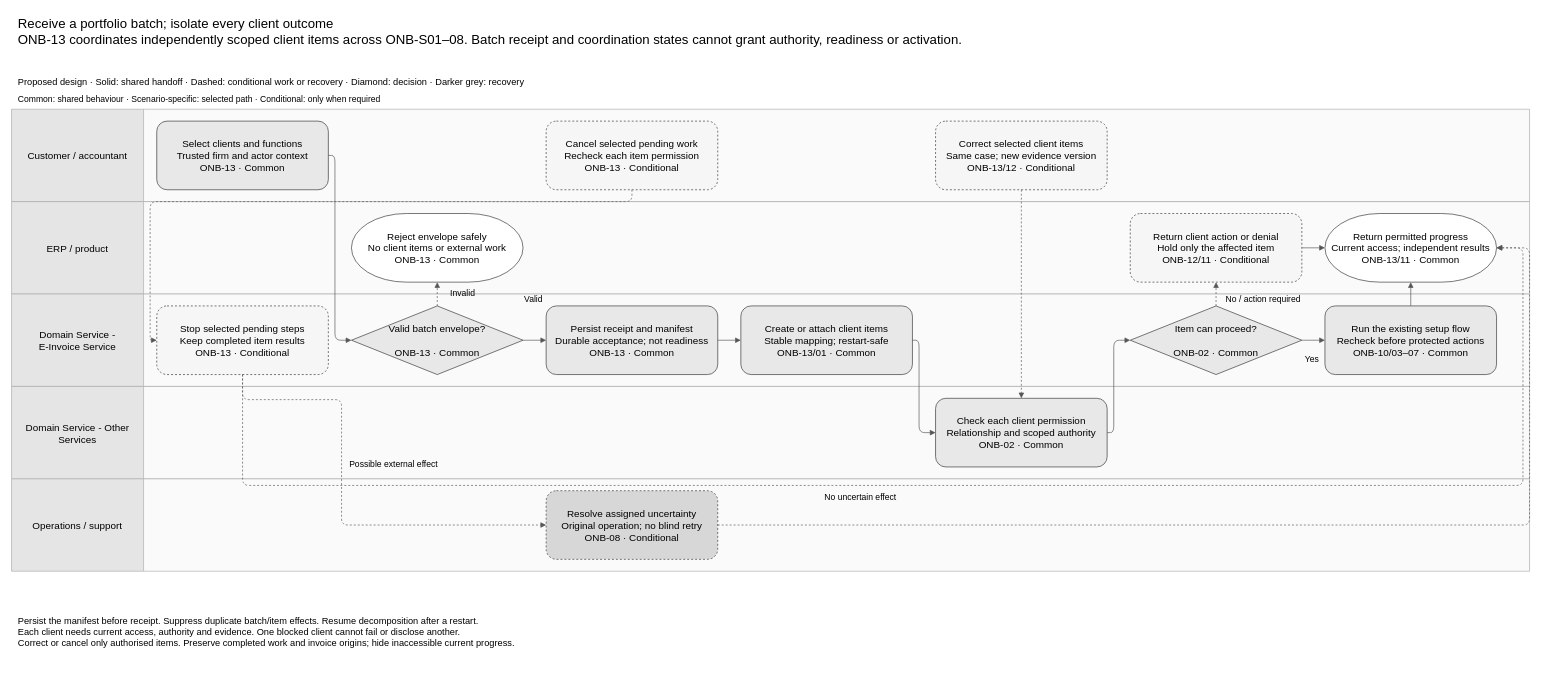
Before: assets/diagrams/onboarding-portfolio-batch-process.drawio in jiaxinhe0709/pm_second_brain, a draw.io diagram. Source tidied: cells renumbered, new cells numbered last; positions are measured from the earlier drawing's top-left corner, leaving out a move shared by most shapes. Both pictures are drawn from the tidied source at 66%, with x=0, y=0 at pixel (11, 11).
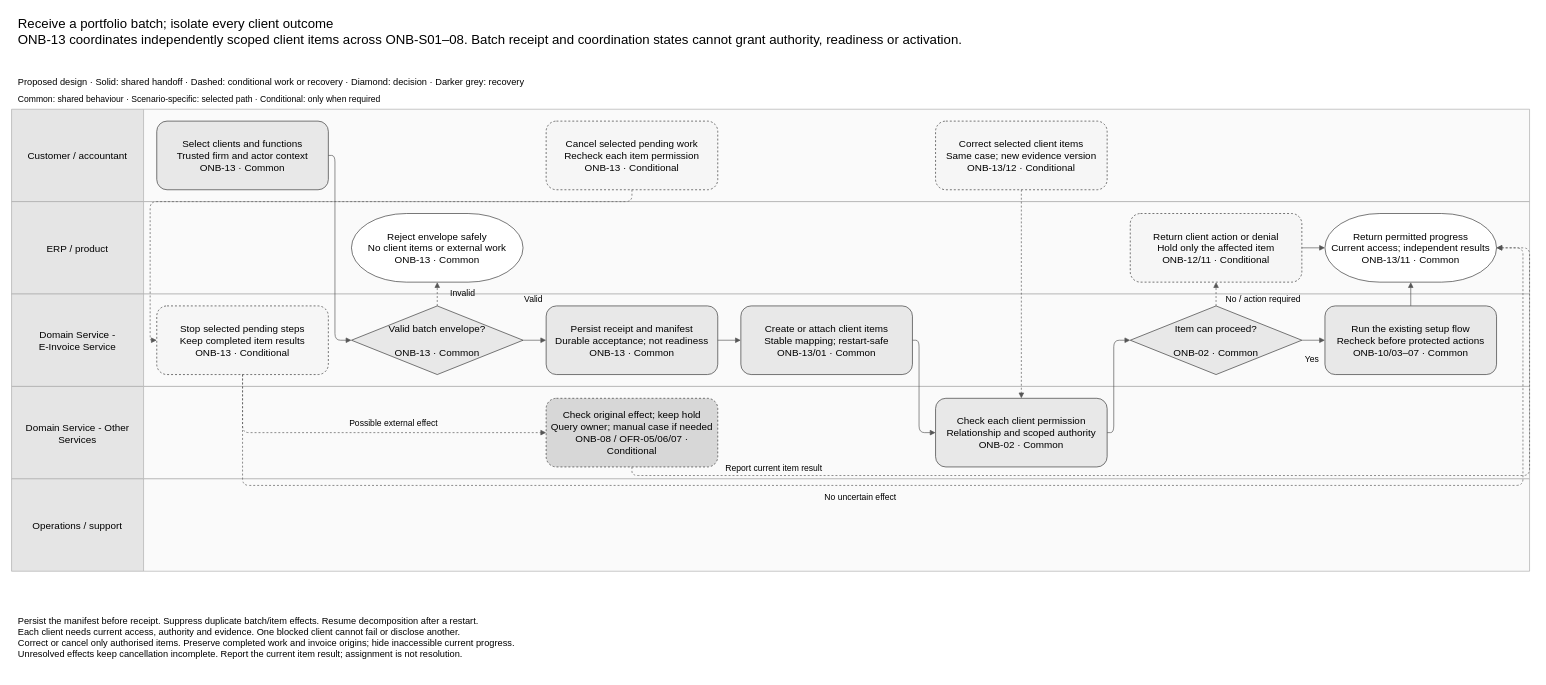
The same page after the edit.

The change refers to these unchanged cells:
```xml
<mxCell id="24" value="Return permitted progress&#10;Current access; independent results&#10;ONB-13/11 · Common" style="rounded=1;arcSize=80;whiteSpace=wrap;html=0;fontSize=15;fillColor=#ffffff;strokeColor=#333333;spacing=8;" parent="1" vertex="1">
  <mxGeometry x="1990" y="306" width="260" height="104" as="geometry" />
</mxCell>
<mxCell id="27" value="Stop selected pending steps&#10;Keep completed item results&#10;ONB-13 · Conditional" style="rounded=1;whiteSpace=wrap;html=0;fontSize=15;fillColor=#f6f6f6;strokeColor=#333333;spacing=8;dashed=1;" parent="1" vertex="1">
  <mxGeometry x="220" y="446" width="260" height="104" as="geometry" />
</mxCell>
```

The edit, as a diff of the source:
```diff
@@
-    <mxCell id="28" value="Resolve assigned uncertainty&#10;Original operation; no blind retry&#10;ONB-08 · Conditional" style="rounded=1;whiteSpace=wrap;html=0;fontSize=15;fillColor=#d7d7d7;strokeColor=#333333;spacing=8;dashed=1;" parent="1" vertex="1">
-      <mxGeometry x="810" y="726" width="260" height="104" as="geometry" />
+    <mxCell id="28" value="Check original effect; keep hold&#10;Query owner; manual case if needed&#10;ONB-08 / OFR-05/06/07 · Conditional" style="rounded=1;whiteSpace=wrap;html=0;fontSize=15;fillColor=#d7d7d7;strokeColor=#333333;spacing=8;dashed=1;" parent="1" vertex="1">
+      <mxGeometry x="810" y="586" width="260" height="104" as="geometry" />
     </mxCell>
@@
     <mxCell id="47" style="edgeStyle=none;endArrow=block;strokeColor=#555555;exitX=0.5;exitY=1.0;entryX=0.0;entryY=0.5;dashed=1;" parent="1" edge="1" source="27" target="28">
       <mxGeometry relative="1" as="geometry">
         <Array as="points">
-          <mxPoint x="350" y="588" />
-          <mxPoint x="500" y="588" />
-          <mxPoint x="500" y="778" />
+          <mxPoint x="350" y="638" />
         </Array>
       </mxGeometry>
     </mxCell>
     <mxCell id="48" value="Possible external effect" style="text;html=0;align=left;fontSize=13;" parent="1" vertex="1">
-      <mxGeometry x="510" y="672" width="260" height="22" as="geometry" />
+      <mxGeometry x="510" y="610" width="260" height="22" as="geometry" />
     </mxCell>
-    <mxCell id="49" style="edgeStyle=none;endArrow=block;strokeColor=#555555;exitX=1.0;exitY=0.5;entryX=1.0;entryY=0.5;dashed=1;" parent="1" edge="1" source="28" target="24">
+    <mxCell id="49" style="edgeStyle=none;endArrow=block;strokeColor=#555555;exitX=0.5;exitY=1.0;entryX=1.0;entryY=0.5;dashed=1;" parent="1" edge="1" source="28" target="24">
       <mxGeometry relative="1" as="geometry">
         <Array as="points">
-          <mxPoint x="2300" y="778" />
+          <mxPoint x="940" y="703" />
+          <mxPoint x="2300" y="703" />
           <mxPoint x="2300" y="358" />
         </Array>
       </mxGeometry>
     </mxCell>
+    <mxCell id="51" value="Report current item result" style="text;html=0;align=left;fontSize=13;" parent="1" vertex="1">
+      <mxGeometry x="1080" y="677" width="260" height="22" as="geometry" />
+    </mxCell>
-    <mxCell id="50" value="Persist the manifest before receipt. Suppress duplicate batch/item effects. Resume decomposition after a restart.&#10;Each client needs current access, authority and evidence. One blocked client cannot fail or disclose another.&#10;Correct or cancel only authorised items. Preserve completed work and invoice origins; hide inaccessible current progress." style="text;html=0;align=left;fontSize=14;" parent="1" vertex="1">
+    <mxCell id="50" value="Persist the manifest before receipt. Suppress duplicate batch/item effects. Resume decomposition after a restart.&#10;Each client needs current access, authority and evidence. One blocked client cannot fail or disclose another.&#10;Correct or cancel only authorised items. Preserve completed work and invoice origins; hide inaccessible current progress.&#10;Unresolved effects keep cancellation incomplete. Report the current item result; assignment is not resolution." style="text;html=0;align=left;fontSize=14;" parent="1" vertex="1">
       <mxGeometry x="8" y="908" width="2284" height="96" as="geometry" />
     </mxCell>
```
